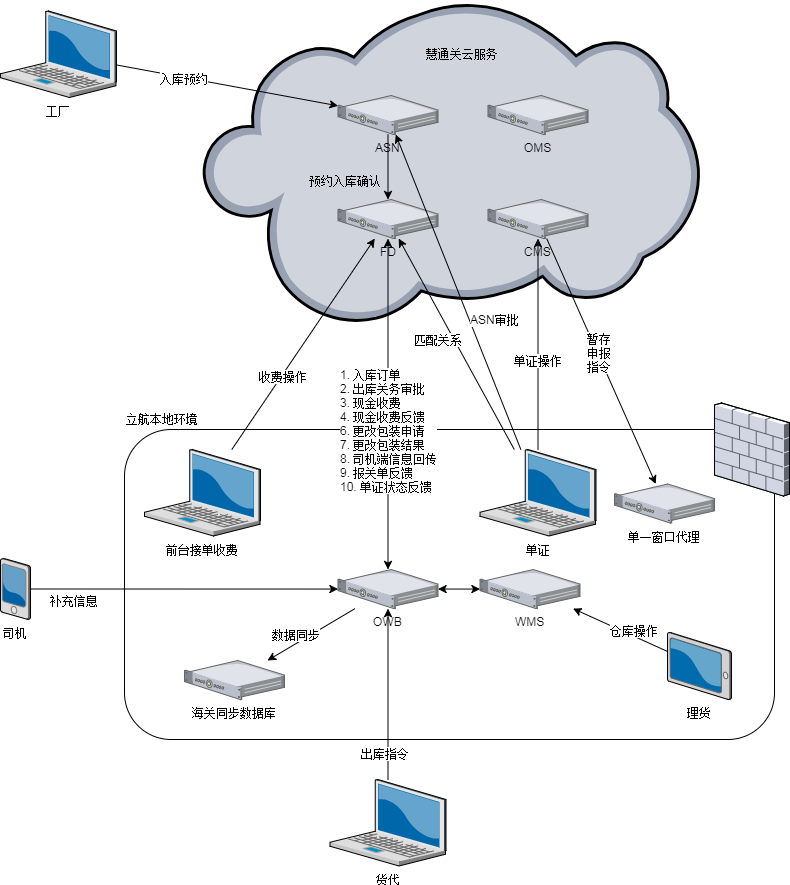
This is diagrams/Architecture.png from leaderrun-wms/docs, a draw.io export, as it was before one commit. Source tidied: cells renumbered, new cells last; positions are measured from the earlier drawing's top-left corner, leaving out a move shared by most shapes. The source it was exported from:
```xml
<mxGraphModel>
  <root>
    <mxCell id="0" />
    <mxCell id="1" parent="0" />
    <mxCell id="2" style="rounded=1;whiteSpace=wrap;html=1;" parent="1" vertex="1">
      <mxGeometry x="124" y="428" width="650" height="310" as="geometry" />
    </mxCell>
    <mxCell id="3" style="verticalLabelPosition=bottom;html=1;verticalAlign=top;strokeColor=none;align=center;shape=mxgraph.citrix.cloud;" parent="1" vertex="1">
      <mxGeometry x="202" y="-0.5" width="497" height="325" as="geometry" />
    </mxCell>
    <mxCell id="4" style="edgeStyle=none;rounded=0;html=1;startArrow=none;startFill=0;jettySize=auto;" parent="1" edge="1" source="6" target="43">
      <mxGeometry relative="1" as="geometry" />
    </mxCell>
    <mxCell id="5" value="暂存&lt;br&gt;申报&lt;br&gt;指令&lt;br&gt;" style="text;html=1;align=center;verticalAlign=middle;labelBackgroundColor=#ffffff;" parent="4" vertex="1">
      <mxGeometry x="-0.07" y="2" relative="1" as="geometry" />
    </mxCell>
    <mxCell id="6" value="CMS" style="verticalLabelPosition=bottom;html=1;verticalAlign=top;strokeColor=none;align=center;outlineConnect=0;shape=mxgraph.citrix.1u_2u_server;" parent="1" vertex="1">
      <mxGeometry x="487.5" y="198" width="100" height="39.1" as="geometry" />
    </mxCell>
    <mxCell id="7" style="edgeStyle=none;rounded=0;html=1;startArrow=none;startFill=0;jettySize=auto;" parent="1" edge="1" source="9" target="12">
      <mxGeometry relative="1" as="geometry" />
    </mxCell>
    <mxCell id="8" value="预约入库确认" style="text;html=1;align=center;verticalAlign=middle;labelBackgroundColor=none;" parent="7" vertex="1">
      <mxGeometry x="0.45" y="3" relative="1" as="geometry">
        <mxPoint x="-46.5" y="-2" as="offset" />
      </mxGeometry>
    </mxCell>
    <mxCell id="9" value="ASN" style="verticalLabelPosition=bottom;html=1;verticalAlign=top;strokeColor=none;align=center;outlineConnect=0;shape=mxgraph.citrix.1u_2u_server;" parent="1" vertex="1">
      <mxGeometry x="337.5" y="94" width="100" height="39.1" as="geometry" />
    </mxCell>
    <mxCell id="10" style="edgeStyle=none;rounded=0;html=1;jettySize=auto;startArrow=classic;startFill=1;" parent="1" edge="1" source="12" target="17">
      <mxGeometry relative="1" as="geometry" />
    </mxCell>
    <mxCell id="11" value="&lt;div style=&quot;text-align: left&quot;&gt;1. 入库订单&lt;/div&gt;&lt;div style=&quot;text-align: left&quot;&gt;2. 出库关务审批&lt;/div&gt;&lt;div style=&quot;text-align: left&quot;&gt;3. 现金收费&lt;/div&gt;&lt;div style=&quot;text-align: left&quot;&gt;4. 现金收费反馈&lt;/div&gt;&lt;div style=&quot;text-align: left&quot;&gt;6. 更改包装申请&lt;/div&gt;&lt;div style=&quot;text-align: left&quot;&gt;7. 更改包装结果&lt;/div&gt;&lt;div style=&quot;text-align: left&quot;&gt;8. 司机端信息回传&lt;/div&gt;&lt;div style=&quot;text-align: left&quot;&gt;9. 报关单反馈&lt;/div&gt;&lt;div style=&quot;text-align: left&quot;&gt;10. 单证状态反馈&lt;/div&gt;" style="text;html=1;align=center;verticalAlign=middle;labelBackgroundColor=#ffffff;" parent="10" vertex="1">
      <mxGeometry x="-0.18" y="1" relative="1" as="geometry">
        <mxPoint x="-1" y="55" as="offset" />
      </mxGeometry>
    </mxCell>
    <mxCell id="12" value="FD" style="verticalLabelPosition=bottom;html=1;verticalAlign=top;strokeColor=none;align=center;outlineConnect=0;shape=mxgraph.citrix.1u_2u_server;" parent="1" vertex="1">
      <mxGeometry x="337.5" y="198" width="100" height="39.1" as="geometry" />
    </mxCell>
    <mxCell id="13" style="verticalLabelPosition=bottom;html=1;verticalAlign=top;strokeColor=none;align=center;shape=mxgraph.citrix.firewall;" parent="1" vertex="1">
      <mxGeometry x="714" y="401.5" width="75" height="93" as="geometry" />
    </mxCell>
    <mxCell id="14" style="edgeStyle=none;rounded=0;html=1;startArrow=classic;startFill=1;jettySize=auto;" parent="1" edge="1" source="17" target="44">
      <mxGeometry relative="1" as="geometry" />
    </mxCell>
    <mxCell id="15" style="edgeStyle=none;rounded=0;html=1;startArrow=none;startFill=0;jettySize=auto;" parent="1" edge="1" source="17" target="45">
      <mxGeometry relative="1" as="geometry" />
    </mxCell>
    <mxCell id="16" value="数据同步" style="text;html=1;align=center;verticalAlign=middle;labelBackgroundColor=#ffffff;" parent="15" vertex="1">
      <mxGeometry x="0.51" y="-2" relative="1" as="geometry">
        <mxPoint x="8.5" y="-12" as="offset" />
      </mxGeometry>
    </mxCell>
    <mxCell id="17" value="OWB" style="verticalLabelPosition=bottom;html=1;verticalAlign=top;strokeColor=none;align=center;outlineConnect=0;shape=mxgraph.citrix.1u_2u_server;" parent="1" vertex="1">
      <mxGeometry x="337.5" y="568" width="100" height="39.1" as="geometry" />
    </mxCell>
    <mxCell id="18" value="OMS" style="verticalLabelPosition=bottom;html=1;verticalAlign=top;strokeColor=none;align=center;shape=mxgraph.citrix.1u_2u_server;" parent="1" vertex="1">
      <mxGeometry x="487.5" y="94" width="100" height="39.1" as="geometry" />
    </mxCell>
    <mxCell id="19" style="edgeStyle=none;rounded=0;html=1;jettySize=auto;" parent="1" edge="1" source="21" target="9">
      <mxGeometry relative="1" as="geometry" />
    </mxCell>
    <mxCell id="20" value="入库预约" style="text;html=1;align=center;verticalAlign=middle;labelBackgroundColor=#ffffff;" parent="19" vertex="1">
      <mxGeometry x="-0.38" y="-1" relative="1" as="geometry" />
    </mxCell>
    <mxCell id="21" value="工厂" style="verticalLabelPosition=bottom;html=1;verticalAlign=top;strokeColor=none;align=center;outlineConnect=0;shape=mxgraph.citrix.laptop_2;" parent="1" vertex="1">
      <mxGeometry y="9.5" width="116" height="86.5" as="geometry" />
    </mxCell>
    <mxCell id="22" style="edgeStyle=none;rounded=0;html=1;jettySize=auto;" parent="1" edge="1" source="24" target="12">
      <mxGeometry relative="1" as="geometry" />
    </mxCell>
    <mxCell id="23" value="收费操作" style="text;html=1;align=center;verticalAlign=middle;labelBackgroundColor=#ffffff;" parent="22" vertex="1">
      <mxGeometry x="-0.29" y="-1" relative="1" as="geometry" />
    </mxCell>
    <mxCell id="24" value="前台接单收费" style="verticalLabelPosition=bottom;html=1;verticalAlign=top;strokeColor=none;align=center;outlineConnect=0;shape=mxgraph.citrix.laptop_2;" parent="1" vertex="1">
      <mxGeometry x="144" y="448" width="116" height="86.5" as="geometry" />
    </mxCell>
    <mxCell id="25" style="edgeStyle=none;rounded=0;html=1;startArrow=none;startFill=0;jettySize=auto;" parent="1" edge="1" source="27" target="44">
      <mxGeometry relative="1" as="geometry" />
    </mxCell>
    <mxCell id="26" value="仓库操作" style="text;html=1;align=center;verticalAlign=middle;labelBackgroundColor=#ffffff;" parent="25" vertex="1">
      <mxGeometry x="-0.61" y="2" relative="1" as="geometry">
        <mxPoint x="-14" y="-15.5" as="offset" />
      </mxGeometry>
    </mxCell>
    <mxCell id="27" value="理货" style="verticalLabelPosition=bottom;html=1;verticalAlign=top;strokeColor=none;align=center;outlineConnect=0;shape=mxgraph.citrix.tablet_2;" parent="1" vertex="1">
      <mxGeometry x="667" y="631" width="64" height="67" as="geometry" />
    </mxCell>
    <mxCell id="28" style="edgeStyle=none;rounded=0;html=1;startArrow=none;startFill=0;jettySize=auto;" parent="1" edge="1" source="30" target="17">
      <mxGeometry relative="1" as="geometry" />
    </mxCell>
    <mxCell id="29" value="出库指令" style="text;html=1;align=center;verticalAlign=middle;labelBackgroundColor=#ffffff;" parent="28" vertex="1">
      <mxGeometry x="-0.69" y="3" relative="1" as="geometry" />
    </mxCell>
    <mxCell id="30" value="货代" style="verticalLabelPosition=bottom;html=1;verticalAlign=top;strokeColor=none;align=center;outlineConnect=0;shape=mxgraph.citrix.laptop_2;" parent="1" vertex="1">
      <mxGeometry x="329.5" y="778" width="116" height="86.5" as="geometry" />
    </mxCell>
    <mxCell id="31" style="edgeStyle=none;rounded=0;html=1;startArrow=none;startFill=0;jettySize=auto;" parent="1" edge="1" source="33" target="17">
      <mxGeometry relative="1" as="geometry" />
    </mxCell>
    <mxCell id="32" value="补充信息" style="text;html=1;align=center;verticalAlign=middle;labelBackgroundColor=#ffffff;" parent="31" vertex="1">
      <mxGeometry x="-0.24" y="-1" relative="1" as="geometry">
        <mxPoint x="-73" y="9.5" as="offset" />
      </mxGeometry>
    </mxCell>
    <mxCell id="33" value="司机" style="verticalLabelPosition=bottom;html=1;verticalAlign=top;strokeColor=none;align=center;outlineConnect=0;shape=mxgraph.citrix.pda;" parent="1" vertex="1">
      <mxGeometry y="557" width="30" height="61" as="geometry" />
    </mxCell>
    <mxCell id="34" value="立航本地环境" style="text;html=1;align=left;verticalAlign=top;spacingTop=-4;" parent="1" vertex="1">
      <mxGeometry x="124" y="408" width="90" height="20" as="geometry" />
    </mxCell>
    <mxCell id="35" value="慧通关云服务" style="text;html=1;align=left;verticalAlign=top;spacingTop=-4;" parent="1" vertex="1">
      <mxGeometry x="424" y="43" width="90" height="20" as="geometry" />
    </mxCell>
    <mxCell id="36" style="edgeStyle=none;rounded=0;html=1;startArrow=none;startFill=0;jettySize=auto;" parent="1" edge="1" source="42" target="6">
      <mxGeometry relative="1" as="geometry" />
    </mxCell>
    <mxCell id="37" value="单证操作" style="text;html=1;align=center;verticalAlign=middle;labelBackgroundColor=#ffffff;" parent="36" vertex="1">
      <mxGeometry x="-0.17" y="1" relative="1" as="geometry">
        <mxPoint x="1" y="-3" as="offset" />
      </mxGeometry>
    </mxCell>
    <mxCell id="38" style="edgeStyle=none;rounded=0;html=1;startArrow=none;startFill=0;jettySize=auto;" parent="1" edge="1" source="42" target="12">
      <mxGeometry relative="1" as="geometry" />
    </mxCell>
    <mxCell id="39" value="匹配关系" style="text;html=1;align=center;verticalAlign=middle;labelBackgroundColor=#ffffff;" parent="38" vertex="1">
      <mxGeometry x="-0.26" y="1" relative="1" as="geometry">
        <mxPoint x="-32.5" y="-32.5" as="offset" />
      </mxGeometry>
    </mxCell>
    <mxCell id="40" style="edgeStyle=none;rounded=0;html=1;startArrow=none;startFill=0;jettySize=auto;" parent="1" edge="1" source="42" target="9">
      <mxGeometry relative="1" as="geometry" />
    </mxCell>
    <mxCell id="41" value="ASN审批" style="text;html=1;align=center;verticalAlign=middle;labelBackgroundColor=#ffffff;" parent="40" vertex="1">
      <mxGeometry x="-0.21" y="-3" relative="1" as="geometry">
        <mxPoint x="20.5" y="-4.5" as="offset" />
      </mxGeometry>
    </mxCell>
    <mxCell id="42" value="单证" style="verticalLabelPosition=bottom;html=1;verticalAlign=top;strokeColor=none;align=center;outlineConnect=0;shape=mxgraph.citrix.laptop_2;" parent="1" vertex="1">
      <mxGeometry x="479.5" y="448" width="116" height="86.5" as="geometry" />
    </mxCell>
    <mxCell id="43" value="单一窗口代理" style="verticalLabelPosition=bottom;html=1;verticalAlign=top;strokeColor=none;align=center;outlineConnect=0;shape=mxgraph.citrix.1u_2u_server;" parent="1" vertex="1">
      <mxGeometry x="614" y="482.5" width="100" height="39.1" as="geometry" />
    </mxCell>
    <mxCell id="44" value="WMS" style="verticalLabelPosition=bottom;html=1;verticalAlign=top;strokeColor=none;align=center;outlineConnect=0;shape=mxgraph.citrix.1u_2u_server;labelBackgroundColor=none;" parent="1" vertex="1">
      <mxGeometry x="479.5" y="568" width="100" height="39.1" as="geometry" />
    </mxCell>
    <mxCell id="45" value="海关同步数据库" style="verticalLabelPosition=bottom;html=1;verticalAlign=top;strokeColor=none;align=center;outlineConnect=0;shape=mxgraph.citrix.1u_2u_server;labelBackgroundColor=none;" parent="1" vertex="1">
      <mxGeometry x="184" y="659" width="100" height="39.1" as="geometry" />
    </mxCell>
  </root>
</mxGraphModel>
```
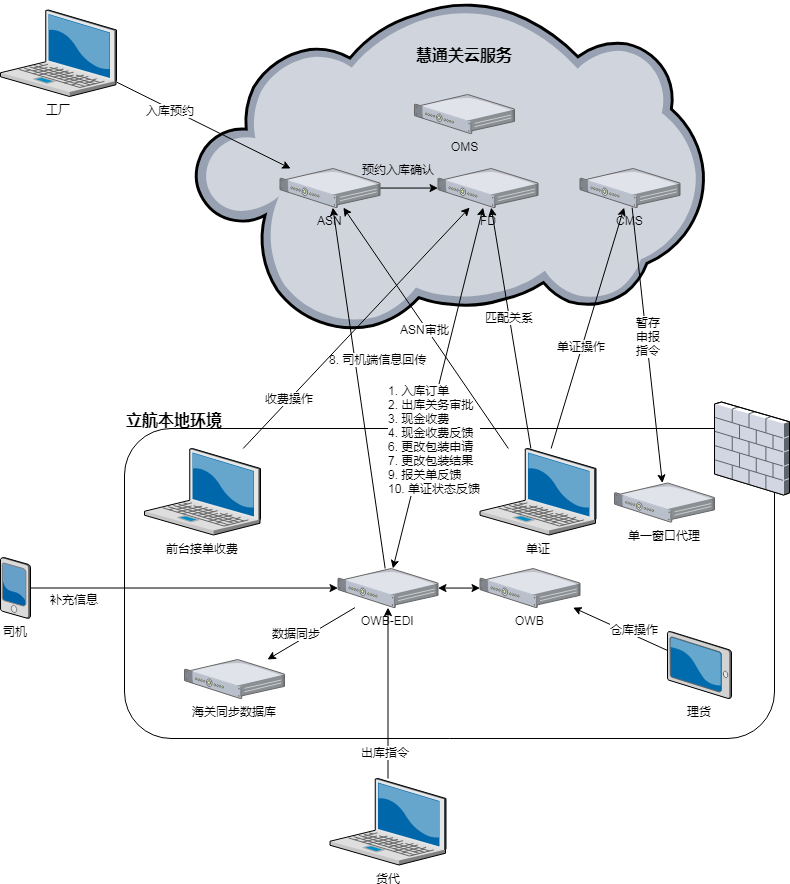
The same file after the commit.

Commit message:
change name, edi to asn for driver info update.

Diff of the diagram source:
```diff
@@ -6,7 +6,7 @@
       <mxGeometry x="124" y="428" width="650" height="310" as="geometry" />
     </mxCell>
     <mxCell id="3" style="verticalLabelPosition=bottom;html=1;verticalAlign=top;strokeColor=none;align=center;shape=mxgraph.citrix.cloud;" parent="1" vertex="1">
-      <mxGeometry x="202" y="-0.5" width="497" height="325" as="geometry" />
+      <mxGeometry x="194" width="510" height="333" as="geometry" />
     </mxCell>
     <mxCell id="4" style="edgeStyle=none;rounded=0;html=1;startArrow=none;startFill=0;jettySize=auto;" parent="1" edge="1" source="6" target="43">
       <mxGeometry relative="1" as="geometry" />
@@ -15,29 +15,29 @@
       <mxGeometry x="-0.07" y="2" relative="1" as="geometry" />
     </mxCell>
     <mxCell id="6" value="CMS" style="verticalLabelPosition=bottom;html=1;verticalAlign=top;strokeColor=none;align=center;outlineConnect=0;shape=mxgraph.citrix.1u_2u_server;" parent="1" vertex="1">
-      <mxGeometry x="487.5" y="198" width="100" height="39.1" as="geometry" />
+      <mxGeometry x="579.5" y="168" width="100" height="39.1" as="geometry" />
     </mxCell>
     <mxCell id="7" style="edgeStyle=none;rounded=0;html=1;startArrow=none;startFill=0;jettySize=auto;" parent="1" edge="1" source="9" target="12">
       <mxGeometry relative="1" as="geometry" />
     </mxCell>
     <mxCell id="8" value="预约入库确认" style="text;html=1;align=center;verticalAlign=middle;labelBackgroundColor=none;" parent="7" vertex="1">
       <mxGeometry x="0.45" y="3" relative="1" as="geometry">
-        <mxPoint x="-46.5" y="-2" as="offset" />
+        <mxPoint x="-24" y="-16.5" as="offset" />
       </mxGeometry>
     </mxCell>
     <mxCell id="9" value="ASN" style="verticalLabelPosition=bottom;html=1;verticalAlign=top;strokeColor=none;align=center;outlineConnect=0;shape=mxgraph.citrix.1u_2u_server;" parent="1" vertex="1">
-      <mxGeometry x="337.5" y="94" width="100" height="39.1" as="geometry" />
+      <mxGeometry x="279.5" y="168" width="100" height="39.1" as="geometry" />
     </mxCell>
     <mxCell id="10" style="edgeStyle=none;rounded=0;html=1;jettySize=auto;startArrow=classic;startFill=1;" parent="1" edge="1" source="12" target="17">
       <mxGeometry relative="1" as="geometry" />
     </mxCell>
-    <mxCell id="11" value="&lt;div style=&quot;text-align: left&quot;&gt;1. 入库订单&lt;/div&gt;&lt;div style=&quot;text-align: left&quot;&gt;2. 出库关务审批&lt;/div&gt;&lt;div style=&quot;text-align: left&quot;&gt;3. 现金收费&lt;/div&gt;&lt;div style=&quot;text-align: left&quot;&gt;4. 现金收费反馈&lt;/div&gt;&lt;div style=&quot;text-align: left&quot;&gt;6. 更改包装申请&lt;/div&gt;&lt;div style=&quot;text-align: left&quot;&gt;7. 更改包装结果&lt;/div&gt;&lt;div style=&quot;text-align: left&quot;&gt;8. 司机端信息回传&lt;/div&gt;&lt;div style=&quot;text-align: left&quot;&gt;9. 报关单反馈&lt;/div&gt;&lt;div style=&quot;text-align: left&quot;&gt;10. 单证状态反馈&lt;/div&gt;" style="text;html=1;align=center;verticalAlign=middle;labelBackgroundColor=#ffffff;" parent="10" vertex="1">
+    <mxCell id="11" value="&lt;div style=&quot;text-align: left&quot;&gt;1. 入库订单&lt;/div&gt;&lt;div style=&quot;text-align: left&quot;&gt;2. 出库关务审批&lt;/div&gt;&lt;div style=&quot;text-align: left&quot;&gt;3. 现金收费&lt;/div&gt;&lt;div style=&quot;text-align: left&quot;&gt;4. 现金收费反馈&lt;/div&gt;&lt;div style=&quot;text-align: left&quot;&gt;6. 更改包装申请&lt;/div&gt;&lt;div style=&quot;text-align: left&quot;&gt;7. 更改包装结果&lt;/div&gt;&lt;div style=&quot;text-align: left&quot;&gt;9. 报关单反馈&lt;br&gt;&lt;/div&gt;&lt;div style=&quot;text-align: left&quot;&gt;10. 单证状态反馈&lt;/div&gt;" style="text;html=1;align=center;verticalAlign=middle;labelBackgroundColor=#ffffff;" parent="10" vertex="1">
       <mxGeometry x="-0.18" y="1" relative="1" as="geometry">
-        <mxPoint x="-1" y="55" as="offset" />
+        <mxPoint x="-13" y="82.5" as="offset" />
       </mxGeometry>
     </mxCell>
     <mxCell id="12" value="FD" style="verticalLabelPosition=bottom;html=1;verticalAlign=top;strokeColor=none;align=center;outlineConnect=0;shape=mxgraph.citrix.1u_2u_server;" parent="1" vertex="1">
-      <mxGeometry x="337.5" y="198" width="100" height="39.1" as="geometry" />
+      <mxGeometry x="437.5" y="168" width="100" height="39.1" as="geometry" />
     </mxCell>
     <mxCell id="13" style="verticalLabelPosition=bottom;html=1;verticalAlign=top;strokeColor=none;align=center;shape=mxgraph.citrix.firewall;" parent="1" vertex="1">
       <mxGeometry x="714" y="401.5" width="75" height="93" as="geometry" />
@@ -53,11 +53,19 @@
         <mxPoint x="8.5" y="-12" as="offset" />
       </mxGeometry>
     </mxCell>
+    <mxCell id="46" style="rounded=0;html=1;jettySize=auto;" parent="1" edge="1" source="17" target="9">
+      <mxGeometry relative="1" as="geometry" />
+    </mxCell>
+    <mxCell id="47" value="&lt;div&gt;8. 司机端信息回传&lt;/div&gt;" style="text;html=1;align=center;verticalAlign=middle;labelBackgroundColor=#ffffff;" parent="46" vertex="1">
+      <mxGeometry x="0.1" relative="1" as="geometry">
+        <mxPoint x="21" y="-12" as="offset" />
+      </mxGeometry>
+    </mxCell>
-    <mxCell id="17" value="OWB" style="verticalLabelPosition=bottom;html=1;verticalAlign=top;strokeColor=none;align=center;outlineConnect=0;shape=mxgraph.citrix.1u_2u_server;" parent="1" vertex="1">
+    <mxCell id="17" value="OWB-EDI" style="verticalLabelPosition=bottom;html=1;verticalAlign=top;strokeColor=none;align=center;outlineConnect=0;shape=mxgraph.citrix.1u_2u_server;" parent="1" vertex="1">
       <mxGeometry x="337.5" y="568" width="100" height="39.1" as="geometry" />
     </mxCell>
     <mxCell id="18" value="OMS" style="verticalLabelPosition=bottom;html=1;verticalAlign=top;strokeColor=none;align=center;shape=mxgraph.citrix.1u_2u_server;" parent="1" vertex="1">
-      <mxGeometry x="487.5" y="94" width="100" height="39.1" as="geometry" />
+      <mxGeometry x="414" y="94" width="100" height="39.1" as="geometry" />
     </mxCell>
     <mxCell id="19" style="edgeStyle=none;rounded=0;html=1;jettySize=auto;" parent="1" edge="1" source="21" target="9">
       <mxGeometry relative="1" as="geometry" />
@@ -72,7 +80,9 @@
       <mxGeometry relative="1" as="geometry" />
     </mxCell>
     <mxCell id="23" value="收费操作" style="text;html=1;align=center;verticalAlign=middle;labelBackgroundColor=#ffffff;" parent="22" vertex="1">
-      <mxGeometry x="-0.29" y="-1" relative="1" as="geometry" />
+      <mxGeometry x="-0.29" y="-1" relative="1" as="geometry">
+        <mxPoint x="-35" y="34.5" as="offset" />
+      </mxGeometry>
     </mxCell>
     <mxCell id="24" value="前台接单收费" style="verticalLabelPosition=bottom;html=1;verticalAlign=top;strokeColor=none;align=center;outlineConnect=0;shape=mxgraph.citrix.laptop_2;" parent="1" vertex="1">
       <mxGeometry x="144" y="448" width="116" height="86.5" as="geometry" />
@@ -108,11 +118,11 @@
     <mxCell id="33" value="司机" style="verticalLabelPosition=bottom;html=1;verticalAlign=top;strokeColor=none;align=center;outlineConnect=0;shape=mxgraph.citrix.pda;" parent="1" vertex="1">
       <mxGeometry y="557" width="30" height="61" as="geometry" />
     </mxCell>
-    <mxCell id="34" value="立航本地环境" style="text;html=1;align=left;verticalAlign=top;spacingTop=-4;" parent="1" vertex="1">
+    <mxCell id="34" value="立航本地环境" style="text;html=1;align=left;verticalAlign=top;spacingTop=-4;fontStyle=1;fontSize=16;" parent="1" vertex="1">
       <mxGeometry x="124" y="408" width="90" height="20" as="geometry" />
     </mxCell>
-    <mxCell id="35" value="慧通关云服务" style="text;html=1;align=left;verticalAlign=top;spacingTop=-4;" parent="1" vertex="1">
-      <mxGeometry x="424" y="43" width="90" height="20" as="geometry" />
+    <mxCell id="35" value="慧通关云服务" style="text;html=1;align=left;verticalAlign=top;spacingTop=-4;fontStyle=1;fontSize=16;" parent="1" vertex="1">
+      <mxGeometry x="414" y="43" width="90" height="20" as="geometry" />
     </mxCell>
     <mxCell id="36" style="edgeStyle=none;rounded=0;html=1;startArrow=none;startFill=0;jettySize=auto;" parent="1" edge="1" source="42" target="6">
       <mxGeometry relative="1" as="geometry" />
@@ -127,7 +137,7 @@
     </mxCell>
     <mxCell id="39" value="匹配关系" style="text;html=1;align=center;verticalAlign=middle;labelBackgroundColor=#ffffff;" parent="38" vertex="1">
       <mxGeometry x="-0.26" y="1" relative="1" as="geometry">
-        <mxPoint x="-32.5" y="-32.5" as="offset" />
+        <mxPoint x="-6.5" y="-41.5" as="offset" />
       </mxGeometry>
     </mxCell>
     <mxCell id="40" style="edgeStyle=none;rounded=0;html=1;startArrow=none;startFill=0;jettySize=auto;" parent="1" edge="1" source="42" target="9">
@@ -135,7 +145,7 @@
     </mxCell>
     <mxCell id="41" value="ASN审批" style="text;html=1;align=center;verticalAlign=middle;labelBackgroundColor=#ffffff;" parent="40" vertex="1">
       <mxGeometry x="-0.21" y="-3" relative="1" as="geometry">
-        <mxPoint x="20.5" y="-4.5" as="offset" />
+        <mxPoint x="-21" y="-22.5" as="offset" />
       </mxGeometry>
     </mxCell>
     <mxCell id="42" value="单证" style="verticalLabelPosition=bottom;html=1;verticalAlign=top;strokeColor=none;align=center;outlineConnect=0;shape=mxgraph.citrix.laptop_2;" parent="1" vertex="1">
@@ -144,7 +154,7 @@
     <mxCell id="43" value="单一窗口代理" style="verticalLabelPosition=bottom;html=1;verticalAlign=top;strokeColor=none;align=center;outlineConnect=0;shape=mxgraph.citrix.1u_2u_server;" parent="1" vertex="1">
       <mxGeometry x="614" y="482.5" width="100" height="39.1" as="geometry" />
     </mxCell>
-    <mxCell id="44" value="WMS" style="verticalLabelPosition=bottom;html=1;verticalAlign=top;strokeColor=none;align=center;outlineConnect=0;shape=mxgraph.citrix.1u_2u_server;labelBackgroundColor=none;" parent="1" vertex="1">
+    <mxCell id="44" value="OWB" style="verticalLabelPosition=bottom;html=1;verticalAlign=top;strokeColor=none;align=center;outlineConnect=0;shape=mxgraph.citrix.1u_2u_server;labelBackgroundColor=none;" parent="1" vertex="1">
       <mxGeometry x="479.5" y="568" width="100" height="39.1" as="geometry" />
     </mxCell>
     <mxCell id="45" value="海关同步数据库" style="verticalLabelPosition=bottom;html=1;verticalAlign=top;strokeColor=none;align=center;outlineConnect=0;shape=mxgraph.citrix.1u_2u_server;labelBackgroundColor=none;" parent="1" vertex="1">
```
